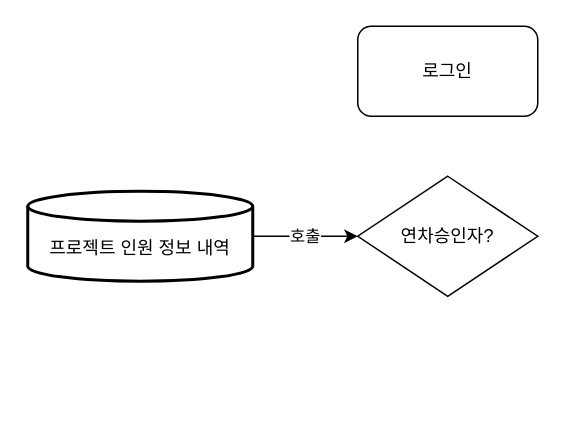
makerdobby/fastcampus-project-board keeps this draw.io diagram as page "연차승인" (5 of 10) of 제목 없는 다이어그램.drawio. Above is the earlier version. Source tidied: cells renumbered, new cells numbered last; positions are measured from the earlier drawing's top-left corner, leaving out a move shared by most shapes. Both pictures are drawn from the tidied source at 150%, with x=0, y=0 at pixel (27, 26).
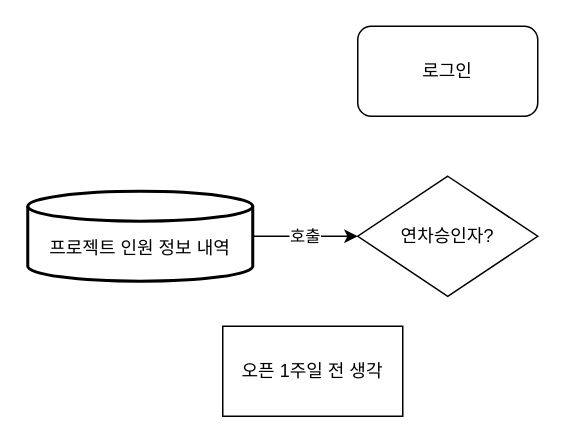
Above is the later version.

What changed in the source:
```diff
@@
 <mxGraphModel>
   <root>
     <mxCell id="0" />
     <mxCell id="1" parent="0" />
     <mxCell id="2" value="로그인" style="rounded=1;whiteSpace=wrap;html=1;" parent="1" vertex="1">
       <mxGeometry x="220" width="120" height="60" as="geometry" />
     </mxCell>
     <mxCell id="3" value="연차승인자?" style="rhombus;whiteSpace=wrap;html=1;" parent="1" vertex="1">
       <mxGeometry x="220" y="100" width="120" height="80" as="geometry" />
     </mxCell>
     <mxCell id="4" value="호출" style="edgeStyle=orthogonalEdgeStyle;rounded=0;jettySize=auto;html=1;" parent="1" edge="1" source="5" target="3">
       <mxGeometry relative="1" as="geometry" />
     </mxCell>
     <mxCell id="5" value="&lt;br&gt;프로젝트 인원 정보 내역" style="strokeWidth=2;html=1;shape=mxgraph.flowchart.database;whiteSpace=wrap;" parent="1" vertex="1">
       <mxGeometry y="110" width="150" height="60" as="geometry" />
     </mxCell>
+    <mxCell id="6" value="오픈 1주일 전 생각" style="rounded=0;whiteSpace=wrap;html=1;" parent="1" vertex="1">
+      <mxGeometry x="130" y="200" width="120" height="60" as="geometry" />
+    </mxCell>
   </root>
 </mxGraphModel>
```
